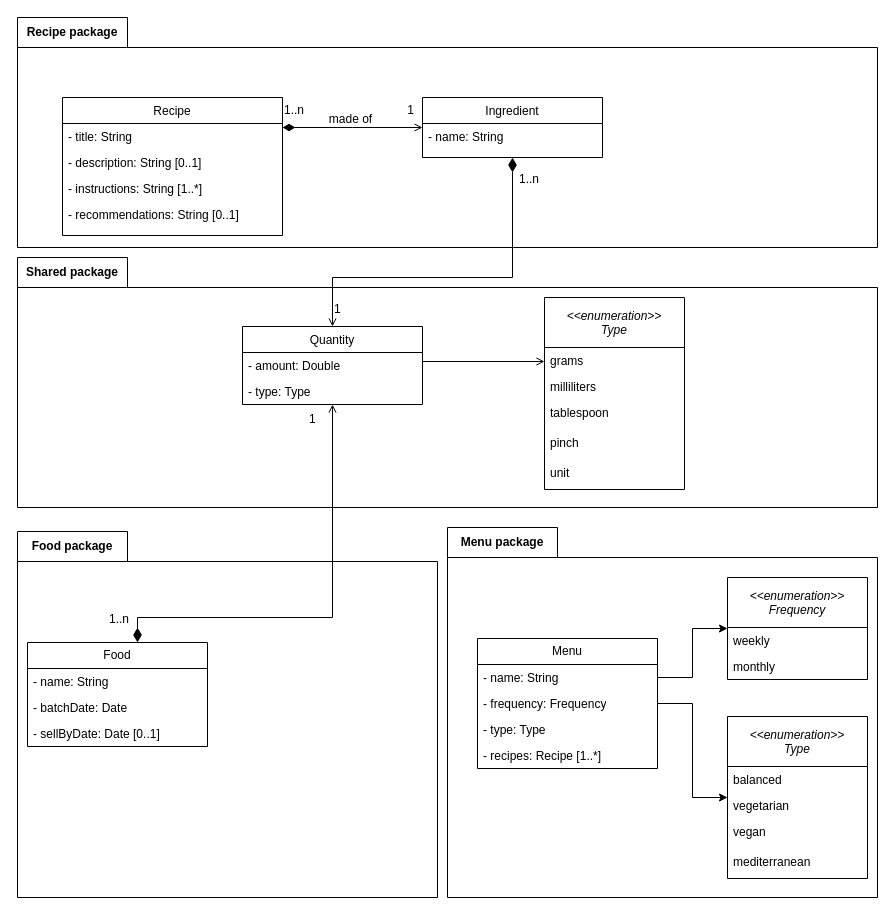
The draw.io diagram doc/domain-model-design.drawio in jantoniomartinfdez/chefficient, before the edit. Source tidied: cells renumbered, new cells numbered last; positions are measured from the earlier drawing's top-left corner, leaving out a move shared by most shapes. Both pictures are drawn from the tidied source at 100%, with x=0, y=0 at pixel (17, 17).
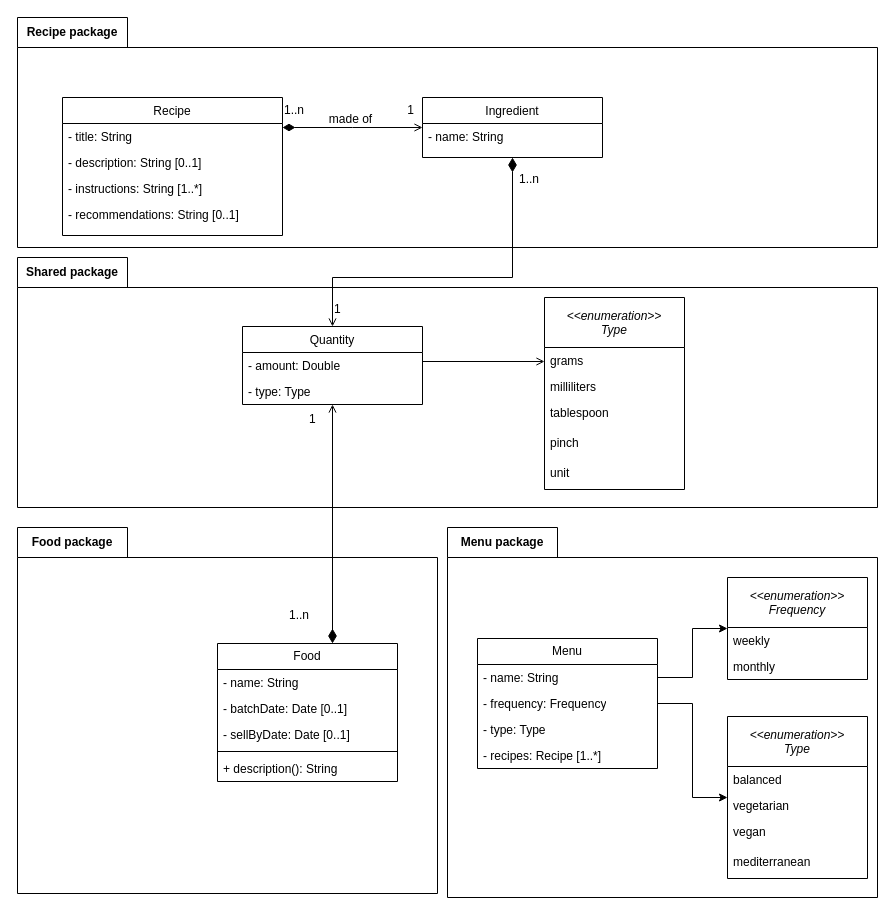
The same page after the edit.

Unchanged cells that the change refers to:
```xml
<mxCell id="38" value="Quantity" style="swimlane;fontStyle=0;align=center;verticalAlign=top;horizontal=1;startSize=26;rounded=0;shadow=0;strokeWidth=1;" parent="37" vertex="1">
  <mxGeometry x="225" y="69" width="180" height="78" as="geometry" />
</mxCell>
```

Diff of the diagram source:
```diff
@@
     <mxCell id="15" value="Food package" style="shape=folder;fontStyle=1;tabWidth=110;tabHeight=30;tabPosition=left;html=1;boundedLbl=1;labelInHeader=1;whiteSpace=wrap;" parent="1" vertex="1">
-      <mxGeometry y="514" width="420" height="366" as="geometry" />
+      <mxGeometry y="510" width="420" height="366" as="geometry" />
     </mxCell>
     <mxCell id="16" value="Food" style="swimlane;fontStyle=0;horizontal=1;startSize=26;fillColor=none;whiteSpace=wrap;html=1;" parent="15" vertex="1">
-      <mxGeometry x="10" y="111" width="180" height="104" as="geometry" />
+      <mxGeometry x="200" y="116" width="180" height="138" as="geometry" />
     </mxCell>
@@
-    <mxCell id="18" value="- batchDate: Date" style="text;strokeColor=none;fillColor=none;align=left;verticalAlign=top;spacingLeft=4;spacingRight=4;overflow=hidden;whiteSpace=wrap;html=1;" parent="16" vertex="1">
+    <mxCell id="18" value="- batchDate: Date [0..1]" style="text;strokeColor=none;fillColor=none;align=left;verticalAlign=top;spacingLeft=4;spacingRight=4;overflow=hidden;whiteSpace=wrap;html=1;" parent="16" vertex="1">
       <mxGeometry y="52" width="180" height="26" as="geometry" />
     </mxCell>
@@
+    <mxCell id="52" style="line;strokeWidth=1;fillColor=none;align=left;verticalAlign=middle;spacingTop=-1;spacingLeft=3;spacingRight=3;labelPosition=right;strokeColor=inherit;" parent="16" vertex="1">
+      <mxGeometry y="104" width="180" height="8" as="geometry" />
+    </mxCell>
+    <mxCell id="53" value="+ description(): String" style="text;strokeColor=none;fillColor=none;align=left;verticalAlign=top;spacingLeft=4;spacingRight=4;overflow=hidden;whiteSpace=wrap;html=1;" parent="16" vertex="1">
+      <mxGeometry y="112" width="180" height="26" as="geometry" />
+    </mxCell>
     <mxCell id="20" value="1..n" style="align=left;verticalAlign=bottom;labelBackgroundColor=none;fontSize=12;" parent="15" vertex="1">
-      <mxGeometry x="90" y="96" as="geometry" />
+      <mxGeometry x="270" y="96" as="geometry" />
     </mxCell>
@@
     <mxCell id="51" style="edgeStyle=orthogonalEdgeStyle;rounded=0;jettySize=auto;html=1;strokeColor=default;startArrow=diamondThin;startFill=1;startSize=12;endArrow=open;endFill=0;" parent="1" edge="1" source="16" target="38">
       <mxGeometry relative="1" as="geometry">
         <Array as="points">
-          <mxPoint x="120" y="600" />
-          <mxPoint x="315" y="600" />
+          <mxPoint x="315" y="620" />
+          <mxPoint x="315" y="620" />
         </Array>
       </mxGeometry>
     </mxCell>
```
